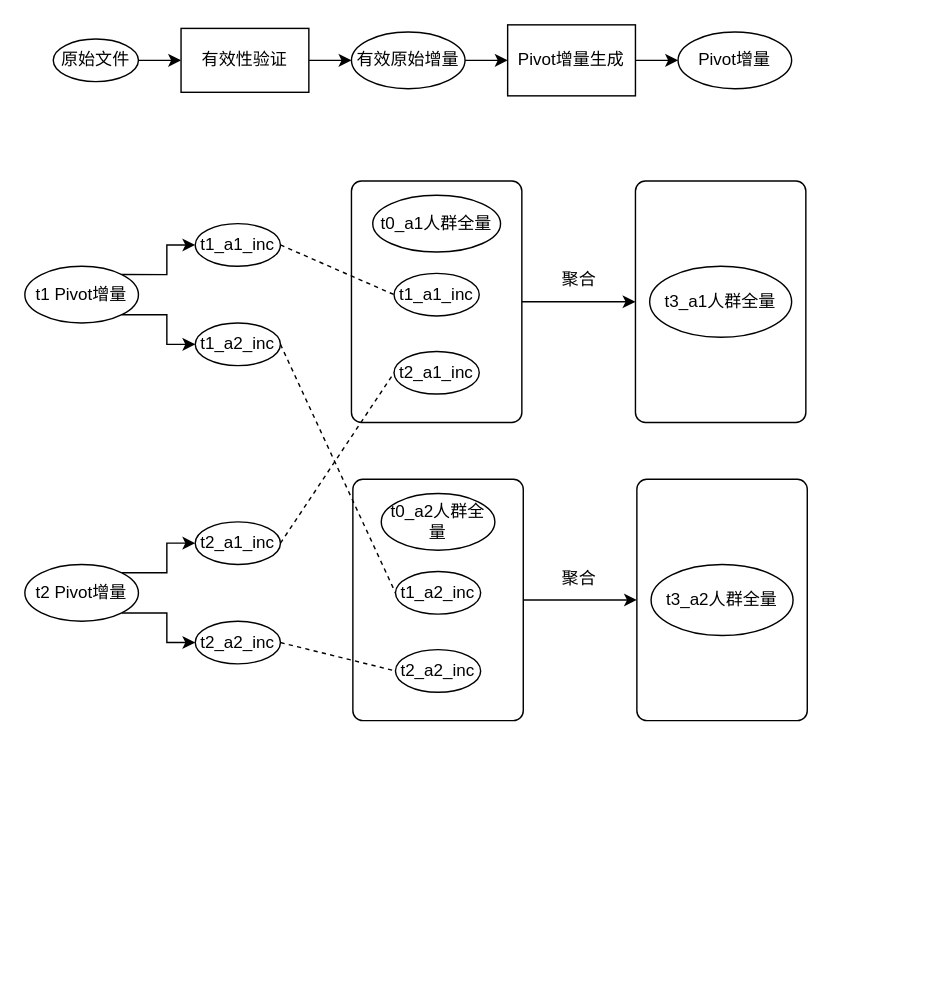
The draw.io diagram DMP业务使用导包现状.drawio in wsix/diagrams, before the edit. Source tidied: cells renumbered, new cells numbered last; positions are measured from the earlier drawing's top-left corner, leaving out a move shared by most shapes. Both pictures are drawn from the tidied source at 142%, with x=0, y=0 at pixel (24, 24).
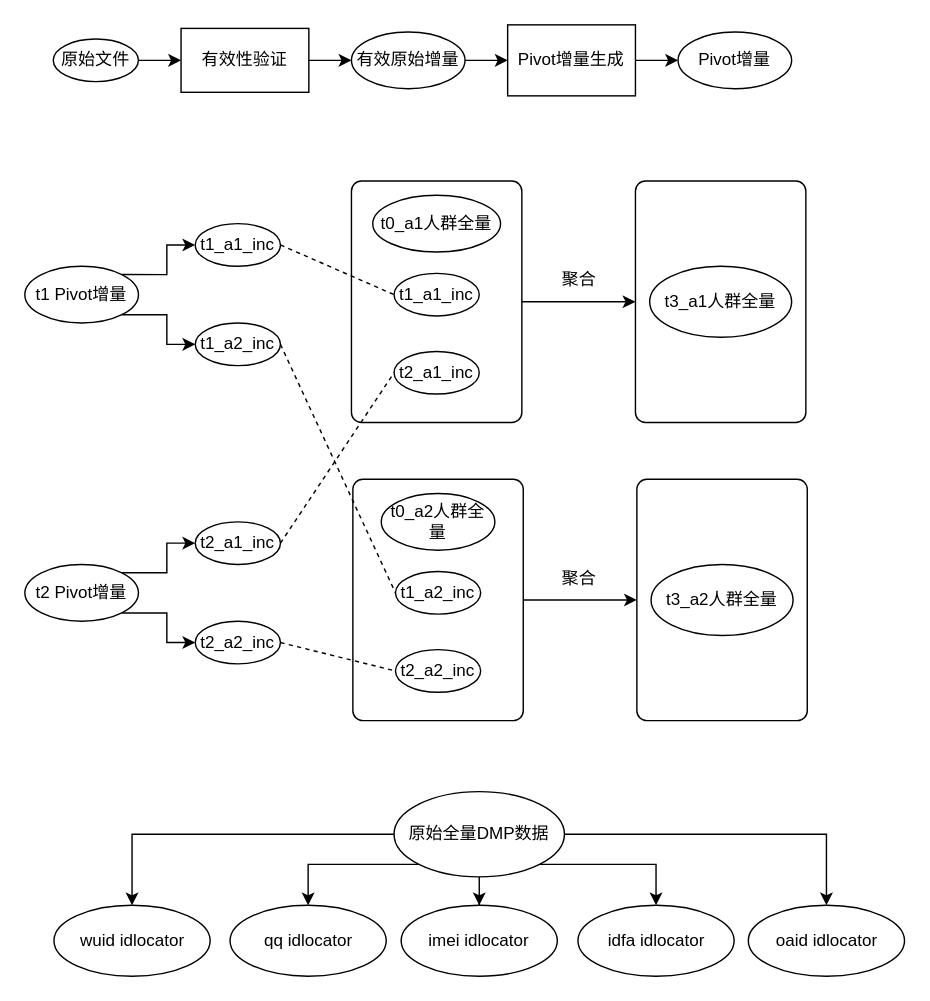
After the change.

Commit message:
Update DMP业务使用导包现状.drawio

The edit, as a diff of the source:
```diff
@@
+    <mxCell id="41" style="edgeStyle=orthogonalEdgeStyle;rounded=0;jettySize=auto;html=1;entryX=0.5;entryY=0;entryDx=0;entryDy=0;exitX=0;exitY=0.5;exitDx=0;exitDy=0;" parent="1" edge="1" source="46" target="47">
+      <mxGeometry relative="1" as="geometry" />
+    </mxCell>
+    <mxCell id="42" style="edgeStyle=orthogonalEdgeStyle;rounded=0;jettySize=auto;html=1;exitX=0;exitY=1;exitDx=0;exitDy=0;" parent="1" edge="1" source="46" target="48">
+      <mxGeometry relative="1" as="geometry" />
+    </mxCell>
+    <mxCell id="43" style="edgeStyle=orthogonalEdgeStyle;rounded=0;jettySize=auto;html=1;" parent="1" edge="1" source="46" target="49">
+      <mxGeometry relative="1" as="geometry" />
+    </mxCell>
+    <mxCell id="44" style="edgeStyle=orthogonalEdgeStyle;rounded=0;jettySize=auto;html=1;exitX=1;exitY=1;exitDx=0;exitDy=0;" parent="1" edge="1" source="46" target="50">
+      <mxGeometry relative="1" as="geometry" />
+    </mxCell>
+    <mxCell id="45" style="edgeStyle=orthogonalEdgeStyle;rounded=0;jettySize=auto;html=1;exitX=1;exitY=0.5;exitDx=0;exitDy=0;entryX=0.5;entryY=0;entryDx=0;entryDy=0;" parent="1" edge="1" source="46" target="51">
+      <mxGeometry relative="1" as="geometry" />
+    </mxCell>
+    <mxCell id="46" value="原始全量DMP数据" style="ellipse;whiteSpace=wrap;html=1;strokeWidth=1;" parent="1" vertex="1">
+      <mxGeometry x="260" y="540" width="120" height="60" as="geometry" />
+    </mxCell>
+    <mxCell id="47" value="wuid idlocator" style="ellipse;whiteSpace=wrap;html=1;strokeWidth=1;" parent="1" vertex="1">
+      <mxGeometry x="20.5" y="620" width="110" height="50" as="geometry" />
+    </mxCell>
+    <mxCell id="48" value="qq idlocator" style="ellipse;whiteSpace=wrap;html=1;strokeWidth=1;" parent="1" vertex="1">
+      <mxGeometry x="144.5" y="620" width="110" height="50" as="geometry" />
+    </mxCell>
+    <mxCell id="49" value="imei idlocator" style="ellipse;whiteSpace=wrap;html=1;strokeWidth=1;" parent="1" vertex="1">
+      <mxGeometry x="265" y="620" width="110" height="50" as="geometry" />
+    </mxCell>
+    <mxCell id="50" value="idfa idlocator" style="ellipse;whiteSpace=wrap;html=1;strokeWidth=1;" parent="1" vertex="1">
+      <mxGeometry x="389.5" y="620" width="110" height="50" as="geometry" />
+    </mxCell>
+    <mxCell id="51" value="oaid idlocator" style="ellipse;whiteSpace=wrap;html=1;strokeWidth=1;" parent="1" vertex="1">
+      <mxGeometry x="509.5" y="620" width="110" height="50" as="geometry" />
+    </mxCell>
```
